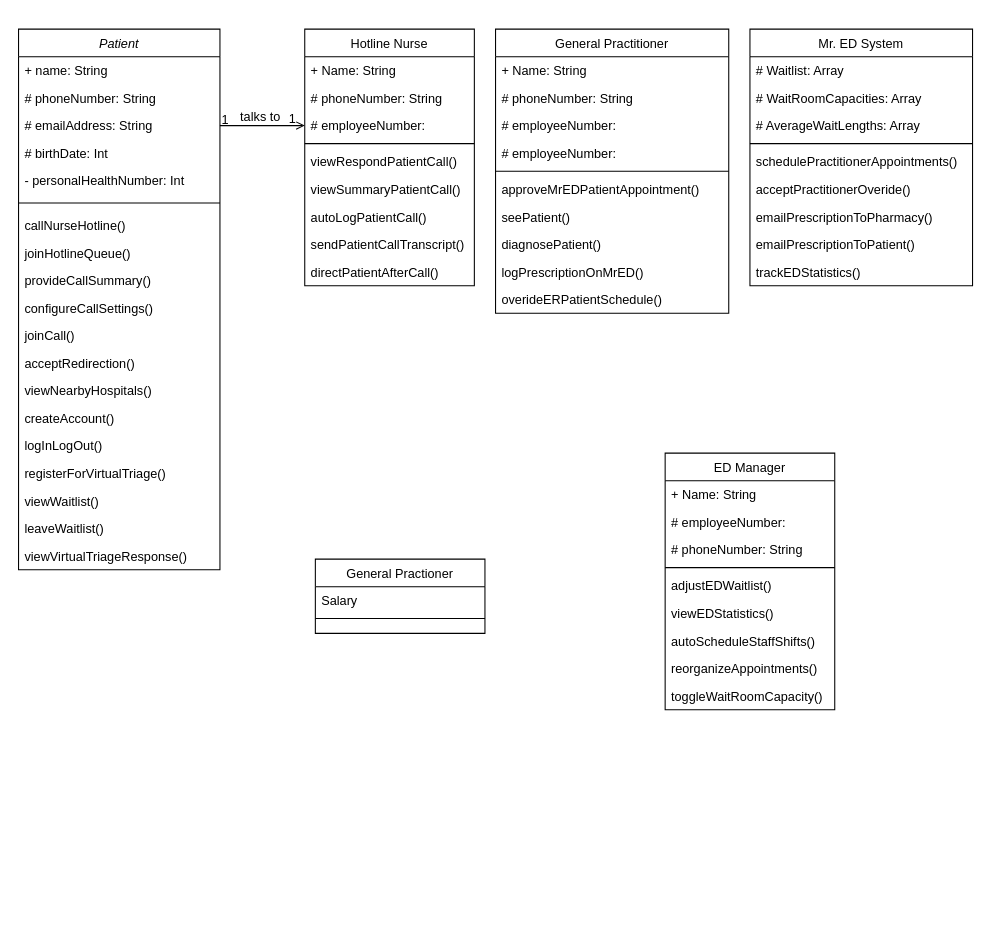
This is AmirWork/Untitled Diagram.drawio from SENG-350-2024-fall/Team9, a draw.io file, before an edit. Source tidied: cells renumbered, new cells numbered last; positions are measured from the earlier drawing's top-left corner, leaving out a move shared by most shapes. Both pictures are drawn from the tidied source at 106%, with x=0, y=0 at pixel (18, 29).
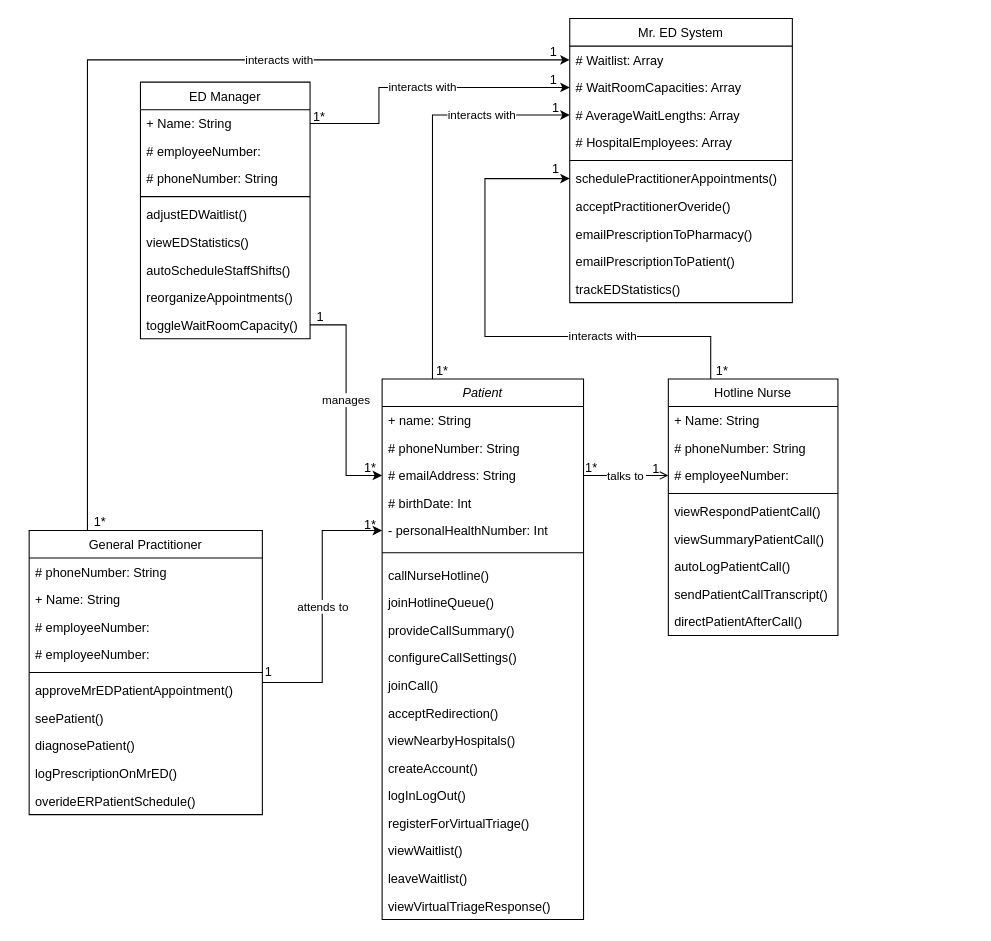
After the change.

The change refers to these unchanged cells:
```xml
<mxCell id="5" value="# emailAddress: String" style="text;align=left;verticalAlign=top;spacingLeft=4;spacingRight=4;overflow=hidden;points=[[0,0.5],[1,0.5]];portConstraint=eastwest;rounded=0;shadow=0;html=0;" parent="2" vertex="1">
  <mxGeometry y="78" width="190" height="26" as="geometry" />
</mxCell>
<mxCell id="7" value="- personalHealthNumber: Int" style="text;align=left;verticalAlign=top;spacingLeft=4;spacingRight=4;overflow=hidden;points=[[0,0.5],[1,0.5]];portConstraint=eastwest;" parent="2" vertex="1">
  <mxGeometry y="130" width="190" height="26" as="geometry" />
</mxCell>
<mxCell id="23" value="+ Name: String" style="text;align=left;verticalAlign=top;spacingLeft=4;spacingRight=4;overflow=hidden;points=[[0,0.5],[1,0.5]];portConstraint=eastwest;" parent="22" vertex="1">
  <mxGeometry y="26" width="160" height="26" as="geometry" />
</mxCell>
<mxCell id="31" value="toggleWaitRoomCapacity()" style="text;align=left;verticalAlign=top;spacingLeft=4;spacingRight=4;overflow=hidden;points=[[0,0.5],[1,0.5]];portConstraint=eastwest;" parent="22" vertex="1">
  <mxGeometry y="216" width="160" height="26" as="geometry" />
</mxCell>
<mxCell id="38" value="# employeeNumber: " style="text;align=left;verticalAlign=top;spacingLeft=4;spacingRight=4;overflow=hidden;points=[[0,0.5],[1,0.5]];portConstraint=eastwest;rounded=0;shadow=0;html=0;" parent="35" vertex="1">
  <mxGeometry y="78" width="160" height="26" as="geometry" />
</mxCell>
<mxCell id="55" value="approveMrEDPatientAppointment()" style="text;align=left;verticalAlign=top;spacingLeft=4;spacingRight=4;overflow=hidden;points=[[0,0.5],[1,0.5]];portConstraint=eastwest;" parent="49" vertex="1">
  <mxGeometry y="138" width="220" height="26" as="geometry" />
</mxCell>
<mxCell id="61" value="# Waitlist: Array " style="text;align=left;verticalAlign=top;spacingLeft=4;spacingRight=4;overflow=hidden;points=[[0,0.5],[1,0.5]];portConstraint=eastwest;rounded=0;shadow=0;html=0;" parent="60" vertex="1">
  <mxGeometry y="26" width="210" height="26" as="geometry" />
</mxCell>
<mxCell id="62" value="# WaitRoomCapacities: Array " style="text;align=left;verticalAlign=top;spacingLeft=4;spacingRight=4;overflow=hidden;points=[[0,0.5],[1,0.5]];portConstraint=eastwest;rounded=0;shadow=0;html=0;" parent="60" vertex="1">
  <mxGeometry y="52" width="210" height="26" as="geometry" />
</mxCell>
<mxCell id="63" value="# AverageWaitLengths: Array " style="text;align=left;verticalAlign=top;spacingLeft=4;spacingRight=4;overflow=hidden;points=[[0,0.5],[1,0.5]];portConstraint=eastwest;rounded=0;shadow=0;html=0;" parent="60" vertex="1">
  <mxGeometry y="78" width="210" height="26" as="geometry" />
</mxCell>
```

Diff of the diagram source:
```diff
@@
+    <mxCell id="45" value="talks to" style="endArrow=open;shadow=0;strokeWidth=1;rounded=0;curved=0;endFill=1;edgeStyle=elbowEdgeStyle;elbow=vertical;entryX=0;entryY=0.5;entryDx=0;entryDy=0;exitX=1;exitY=0.5;exitDx=0;exitDy=0;" parent="1" edge="1" source="5" target="38">
+      <mxGeometry relative="1" as="geometry" />
+    </mxCell>
+    <mxCell id="46" value="1*" style="align=left;verticalAlign=bottom;labelBackgroundColor=none;fontSize=12;" parent="45" vertex="1">
+      <mxGeometry x="-1" relative="1" as="geometry">
+        <mxPoint y="1" as="offset" />
+      </mxGeometry>
+    </mxCell>
+    <mxCell id="47" value="1" style="align=right;verticalAlign=bottom;labelBackgroundColor=none;fontSize=12;" parent="45" vertex="1">
+      <mxGeometry x="1" relative="1" as="geometry">
+        <mxPoint x="-7" y="2" as="offset" />
+      </mxGeometry>
+    </mxCell>
+    <mxCell id="70" value="interacts with" style="edgeStyle=orthogonalEdgeStyle;rounded=0;jettySize=auto;html=1;exitX=0.25;exitY=0;exitDx=0;exitDy=0;entryX=0;entryY=0.5;entryDx=0;entryDy=0;" parent="1" edge="1" source="2" target="63">
+      <mxGeometry x="0.56" relative="1" as="geometry" />
+    </mxCell>
     <mxCell id="2" value="Patient" style="swimlane;fontStyle=2;align=center;verticalAlign=top;horizontal=1;startSize=26;rounded=0;shadow=0;strokeWidth=1;" parent="1" vertex="1">
-      <mxGeometry width="190" height="510" as="geometry" />
+      <mxGeometry x="343" y="330" width="190" height="510" as="geometry" />
     </mxCell>
@@
     <mxCell id="22" value="ED Manager" style="swimlane;fontStyle=0;align=center;verticalAlign=top;horizontal=1;startSize=26;rounded=0;shadow=0;strokeWidth=1;" parent="1" vertex="1">
-      <mxGeometry x="610" y="400" width="160" height="242" as="geometry" />
+      <mxGeometry x="115" y="50" width="160" height="242" as="geometry" />
     </mxCell>
@@
-    <mxCell id="32" value="General Practioner" style="swimlane;fontStyle=0;align=center;verticalAlign=top;horizontal=1;startSize=26;rounded=0;shadow=0;strokeWidth=1;" parent="1" vertex="1">
-      <mxGeometry x="280" y="500" width="160" height="70" as="geometry" />
-    </mxCell>
-    <mxCell id="33" value="Salary" style="text;align=left;verticalAlign=top;spacingLeft=4;spacingRight=4;overflow=hidden;" parent="32" vertex="1">
-      <mxGeometry y="26" width="160" height="26" as="geometry" />
-    </mxCell>
-    <mxCell id="34" style="line;html=1;strokeWidth=1;align=left;verticalAlign=middle;spacingTop=-1;spacingLeft=3;spacingRight=3;labelPosition=right;" parent="32" vertex="1">
-      <mxGeometry y="52" width="160" height="8" as="geometry" />
-    </mxCell>
+    <mxCell id="71" value="interacts with" style="edgeStyle=orthogonalEdgeStyle;rounded=0;jettySize=auto;html=1;exitX=0.25;exitY=0;exitDx=0;exitDy=0;entryX=0;entryY=0.5;entryDx=0;entryDy=0;" parent="1" edge="1" source="35" target="65">
+      <mxGeometry x="-0.41" relative="1" as="geometry">
+        <Array as="points">
+          <mxPoint x="653" y="290" />
+          <mxPoint x="440" y="290" />
+          <mxPoint x="440" y="141" />
+        </Array>
+      </mxGeometry>
+    </mxCell>
     <mxCell id="35" value="Hotline Nurse" style="swimlane;fontStyle=0;align=center;verticalAlign=top;horizontal=1;startSize=26;rounded=0;shadow=0;strokeWidth=1;" parent="1" vertex="1">
-      <mxGeometry x="270" width="160" height="242" as="geometry" />
+      <mxGeometry x="613" y="330" width="160" height="242" as="geometry" />
     </mxCell>
@@
-    <mxCell id="45" style="endArrow=open;shadow=0;strokeWidth=1;rounded=0;curved=0;endFill=1;edgeStyle=elbowEdgeStyle;elbow=vertical;entryX=0;entryY=0.5;entryDx=0;entryDy=0;" parent="1" edge="1" source="2" target="38">
-      <mxGeometry x="0.5" y="41" relative="1" as="geometry">
-        <mxPoint x="-40" y="32" as="offset" />
-      </mxGeometry>
-    </mxCell>
-    <mxCell id="46" value="1" style="align=left;verticalAlign=bottom;labelBackgroundColor=none;fontSize=12;" parent="45" vertex="1">
-      <mxGeometry x="-1" relative="1" as="geometry">
-        <mxPoint y="3" as="offset" />
-      </mxGeometry>
-    </mxCell>
-    <mxCell id="47" value="1" style="align=right;verticalAlign=bottom;labelBackgroundColor=none;fontSize=12;" parent="45" vertex="1">
-      <mxGeometry x="1" relative="1" as="geometry">
-        <mxPoint x="-7" y="2" as="offset" />
-      </mxGeometry>
-    </mxCell>
-    <mxCell id="48" value="talks to" style="text;html=1;align=center;verticalAlign=middle;labelBackgroundColor=none;rounded=0;shadow=0;strokeWidth=1;fontSize=12;" parent="45" vertex="1">
-      <mxGeometry x="0.5" y="49" relative="1" as="geometry">
-        <mxPoint x="-23" y="40" as="offset" />
-      </mxGeometry>
-    </mxCell>
+    <mxCell id="72" value="interacts with" style="edgeStyle=orthogonalEdgeStyle;rounded=0;jettySize=auto;html=1;exitX=0.25;exitY=0;exitDx=0;exitDy=0;entryX=0;entryY=0.5;entryDx=0;entryDy=0;" parent="1" edge="1" source="49" target="61">
+      <mxGeometry x="0.39" relative="1" as="geometry" />
+    </mxCell>
     <mxCell id="49" value="General Practitioner" style="swimlane;fontStyle=0;align=center;verticalAlign=top;horizontal=1;startSize=26;rounded=0;shadow=0;strokeWidth=1;" parent="1" vertex="1">
-      <mxGeometry x="450" width="220" height="268" as="geometry" />
+      <mxGeometry x="10" y="473" width="220" height="268" as="geometry" />
     </mxCell>
+    <mxCell id="51" value="# phoneNumber: String" style="text;align=left;verticalAlign=top;spacingLeft=4;spacingRight=4;overflow=hidden;rounded=0;shadow=0;html=0;" parent="49" vertex="1">
+      <mxGeometry y="26" width="220" height="26" as="geometry" />
+    </mxCell>
     <mxCell id="50" value="+ Name: String" style="text;align=left;verticalAlign=top;spacingLeft=4;spacingRight=4;overflow=hidden;" parent="49" vertex="1">
-      <mxGeometry y="26" width="220" height="26" as="geometry" />
+      <mxGeometry y="52" width="220" height="26" as="geometry" />
     </mxCell>
-    <mxCell id="51" value="# phoneNumber: String" style="text;align=left;verticalAlign=top;spacingLeft=4;spacingRight=4;overflow=hidden;rounded=0;shadow=0;html=0;" parent="49" vertex="1">
-      <mxGeometry y="52" width="220" height="26" as="geometry" />
-    </mxCell>
@@
     <mxCell id="60" value="Mr. ED System" style="swimlane;fontStyle=0;align=center;verticalAlign=top;horizontal=1;startSize=26;rounded=0;shadow=0;strokeWidth=1;" parent="1" vertex="1">
-      <mxGeometry x="690" width="210" height="242" as="geometry" />
+      <mxGeometry x="520" y="-10" width="210" height="268" as="geometry" />
     </mxCell>
@@
+    <mxCell id="73" value="# HospitalEmployees: Array " style="text;align=left;verticalAlign=top;spacingLeft=4;spacingRight=4;overflow=hidden;rounded=0;shadow=0;html=0;" parent="60" vertex="1">
+      <mxGeometry y="104" width="210" height="26" as="geometry" />
+    </mxCell>
     <mxCell id="64" style="line;html=1;strokeWidth=1;align=left;verticalAlign=middle;spacingTop=-1;spacingLeft=3;spacingRight=3;labelPosition=right;" parent="60" vertex="1">
-      <mxGeometry y="104" width="210" height="8" as="geometry" />
+      <mxGeometry y="130" width="210" height="8" as="geometry" />
     </mxCell>
     <mxCell id="65" value="schedulePractitionerAppointments()" style="text;align=left;verticalAlign=top;spacingLeft=4;spacingRight=4;overflow=hidden;points=[[0,0.5],[1,0.5]];portConstraint=eastwest;" parent="60" vertex="1">
-      <mxGeometry y="112" width="210" height="26" as="geometry" />
+      <mxGeometry y="138" width="210" height="26" as="geometry" />
     </mxCell>
     <mxCell id="66" value="acceptPractitionerOveride()" style="text;align=left;verticalAlign=top;spacingLeft=4;spacingRight=4;overflow=hidden;" parent="60" vertex="1">
-      <mxGeometry y="138" width="210" height="26" as="geometry" />
+      <mxGeometry y="164" width="210" height="26" as="geometry" />
     </mxCell>
     <mxCell id="67" value="emailPrescriptionToPharmacy()" style="text;align=left;verticalAlign=top;spacingLeft=4;spacingRight=4;overflow=hidden;" parent="60" vertex="1">
-      <mxGeometry y="164" width="210" height="26" as="geometry" />
+      <mxGeometry y="190" width="210" height="26" as="geometry" />
     </mxCell>
     <mxCell id="68" value="emailPrescriptionToPatient()" style="text;align=left;verticalAlign=top;spacingLeft=4;spacingRight=4;overflow=hidden;" parent="60" vertex="1">
-      <mxGeometry y="190" width="210" height="26" as="geometry" />
+      <mxGeometry y="216" width="210" height="26" as="geometry" />
     </mxCell>
     <mxCell id="69" value="trackEDStatistics()&#10;" style="text;align=left;verticalAlign=top;spacingLeft=4;spacingRight=4;overflow=hidden;" parent="60" vertex="1">
-      <mxGeometry y="216" width="210" height="26" as="geometry" />
+      <mxGeometry y="242" width="210" height="26" as="geometry" />
     </mxCell>
+    <mxCell id="74" value="1*" style="text;strokeColor=none;align=center;fillColor=none;html=1;verticalAlign=middle;whiteSpace=wrap;rounded=0;" parent="1" vertex="1">
+      <mxGeometry x="47" y="450" width="60" height="30" as="geometry" />
+    </mxCell>
+    <mxCell id="75" value="1" style="text;strokeColor=none;align=center;fillColor=none;html=1;verticalAlign=middle;whiteSpace=wrap;rounded=0;" parent="1" vertex="1">
+      <mxGeometry x="475" y="7" width="60" height="30" as="geometry" />
+    </mxCell>
+    <mxCell id="76" value="attends to" style="edgeStyle=orthogonalEdgeStyle;rounded=0;jettySize=auto;html=1;entryX=0;entryY=0.5;entryDx=0;entryDy=0;exitX=0.999;exitY=0.205;exitDx=0;exitDy=0;exitPerimeter=0;" parent="1" edge="1" source="55" target="7">
+      <mxGeometry relative="1" as="geometry" />
+    </mxCell>
+    <mxCell id="77" value="1" style="text;strokeColor=none;align=center;fillColor=none;html=1;verticalAlign=middle;whiteSpace=wrap;rounded=0;" parent="1" vertex="1">
+      <mxGeometry x="206" y="592" width="60" height="30" as="geometry" />
+    </mxCell>
+    <mxCell id="78" value="1*" style="text;strokeColor=none;align=center;fillColor=none;html=1;verticalAlign=middle;whiteSpace=wrap;rounded=0;" parent="1" vertex="1">
+      <mxGeometry x="302" y="453" width="60" height="30" as="geometry" />
+    </mxCell>
+    <mxCell id="79" value="1" style="text;strokeColor=none;align=center;fillColor=none;html=1;verticalAlign=middle;whiteSpace=wrap;rounded=0;" parent="1" vertex="1">
+      <mxGeometry x="477" y="60" width="60" height="30" as="geometry" />
+    </mxCell>
+    <mxCell id="80" value="1*" style="text;strokeColor=none;align=center;fillColor=none;html=1;verticalAlign=middle;whiteSpace=wrap;rounded=0;" parent="1" vertex="1">
+      <mxGeometry x="370" y="308" width="60" height="30" as="geometry" />
+    </mxCell>
+    <mxCell id="81" value="1" style="text;strokeColor=none;align=center;fillColor=none;html=1;verticalAlign=middle;whiteSpace=wrap;rounded=0;" parent="1" vertex="1">
+      <mxGeometry x="477" y="117" width="60" height="30" as="geometry" />
+    </mxCell>
+    <mxCell id="82" value="1*" style="text;strokeColor=none;align=center;fillColor=none;html=1;verticalAlign=middle;whiteSpace=wrap;rounded=0;" parent="1" vertex="1">
+      <mxGeometry x="634" y="308" width="60" height="30" as="geometry" />
+    </mxCell>
+    <mxCell id="83" value="interacts with" style="edgeStyle=orthogonalEdgeStyle;rounded=0;jettySize=auto;html=1;exitX=1;exitY=0.5;exitDx=0;exitDy=0;entryX=0;entryY=0.5;entryDx=0;entryDy=0;" parent="1" edge="1" source="23" target="62">
+      <mxGeometry relative="1" as="geometry">
+        <Array as="points">
+          <mxPoint x="340" y="89" />
+          <mxPoint x="340" y="55" />
+        </Array>
+      </mxGeometry>
+    </mxCell>
+    <mxCell id="84" value="manages" style="edgeStyle=orthogonalEdgeStyle;rounded=0;jettySize=auto;html=1;exitX=1;exitY=0.5;exitDx=0;exitDy=0;entryX=0;entryY=0.5;entryDx=0;entryDy=0;" parent="1" edge="1" source="31" target="5">
+      <mxGeometry relative="1" as="geometry" />
+    </mxCell>
+    <mxCell id="85" value="1" style="text;strokeColor=none;align=center;fillColor=none;html=1;verticalAlign=middle;whiteSpace=wrap;rounded=0;" parent="1" vertex="1">
+      <mxGeometry x="475" y="33" width="60" height="30" as="geometry" />
+    </mxCell>
+    <mxCell id="86" value="1*" style="text;strokeColor=none;align=center;fillColor=none;html=1;verticalAlign=middle;whiteSpace=wrap;rounded=0;" parent="1" vertex="1">
+      <mxGeometry x="254" y="68" width="60" height="30" as="geometry" />
+    </mxCell>
+    <mxCell id="87" value="1*" style="text;strokeColor=none;align=center;fillColor=none;html=1;verticalAlign=middle;whiteSpace=wrap;rounded=0;" parent="1" vertex="1">
+      <mxGeometry x="302" y="399" width="60" height="30" as="geometry" />
+    </mxCell>
+    <mxCell id="88" value="1" style="text;strokeColor=none;align=center;fillColor=none;html=1;verticalAlign=middle;whiteSpace=wrap;rounded=0;" parent="1" vertex="1">
+      <mxGeometry x="255" y="257" width="60" height="30" as="geometry" />
+    </mxCell>
```
